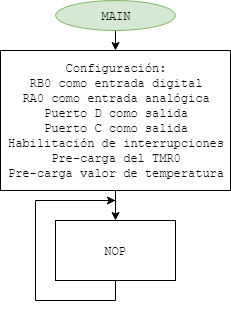
Earlier version of the draw.io export TP Final/Diagramas/Main.png (tomasspi/EDII). Source tidied: cells renumbered, new cells last; positions are measured from the earlier drawing's top-left corner, leaving out a move shared by most shapes. Its diagram source:
```xml
<mxGraphModel>
  <root>
    <mxCell id="0" />
    <mxCell id="1" parent="0" />
    <mxCell id="2" style="edgeStyle=orthogonalEdgeStyle;rounded=0;jettySize=auto;html=1;exitX=0.5;exitY=1;exitDx=0;exitDy=0;entryX=0.5;entryY=0;entryDx=0;entryDy=0;" parent="1" edge="1" source="3" target="5">
      <mxGeometry relative="1" as="geometry" />
    </mxCell>
    <mxCell id="3" value="&lt;font face=&quot;Courier New&quot;&gt;MAIN&lt;/font&gt;" style="ellipse;whiteSpace=wrap;html=1;fillColor=#d5e8d4;strokeColor=#82b366;" parent="1" vertex="1">
      <mxGeometry x="55" width="120" height="30" as="geometry" />
    </mxCell>
    <mxCell id="4" style="edgeStyle=orthogonalEdgeStyle;rounded=0;jettySize=auto;html=1;exitX=0.5;exitY=1;exitDx=0;exitDy=0;entryX=0.5;entryY=0;entryDx=0;entryDy=0;" parent="1" edge="1" source="5" target="7">
      <mxGeometry relative="1" as="geometry" />
    </mxCell>
    <mxCell id="5" value="&lt;font face=&quot;Courier New&quot;&gt;Configuración:&lt;br&gt;RB0 como entrada digital&lt;br&gt;RA0 como entrada analógica&lt;br&gt;Puerto D como salida&lt;br&gt;Puerto C como salida&lt;br&gt;Habilitación de interrupciones&lt;br&gt;Pre-carga del TMR0&lt;br&gt;Pre-carga valor de temperatura&lt;/font&gt;&lt;br&gt;" style="rounded=0;whiteSpace=wrap;html=1;" parent="1" vertex="1">
      <mxGeometry y="50" width="230" height="140" as="geometry" />
    </mxCell>
    <mxCell id="6" style="edgeStyle=orthogonalEdgeStyle;rounded=0;jettySize=auto;html=1;exitX=0.5;exitY=1;exitDx=0;exitDy=0;" parent="1" edge="1" source="7">
      <mxGeometry relative="1" as="geometry">
        <mxPoint x="115" y="200" as="targetPoint" />
      </mxGeometry>
    </mxCell>
    <mxCell id="7" value="&lt;font face=&quot;Courier New&quot;&gt;NOP&lt;/font&gt;" style="rounded=0;whiteSpace=wrap;html=1;" parent="1" vertex="1">
      <mxGeometry x="55" y="220" width="120" height="60" as="geometry" />
    </mxCell>
  </root>
</mxGraphModel>
```
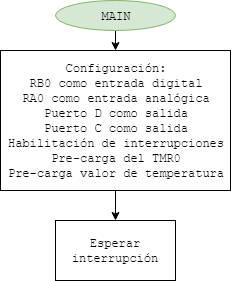
The same diagram one commit later.

Commit message:
Correciones en el programa y diagramas.

Diff of the diagram source:
```diff
@@ -14,12 +14,7 @@
     <mxCell id="5" value="&lt;font face=&quot;Courier New&quot;&gt;Configuración:&lt;br&gt;RB0 como entrada digital&lt;br&gt;RA0 como entrada analógica&lt;br&gt;Puerto D como salida&lt;br&gt;Puerto C como salida&lt;br&gt;Habilitación de interrupciones&lt;br&gt;Pre-carga del TMR0&lt;br&gt;Pre-carga valor de temperatura&lt;/font&gt;&lt;br&gt;" style="rounded=0;whiteSpace=wrap;html=1;" parent="1" vertex="1">
       <mxGeometry y="50" width="230" height="140" as="geometry" />
     </mxCell>
-    <mxCell id="6" style="edgeStyle=orthogonalEdgeStyle;rounded=0;jettySize=auto;html=1;exitX=0.5;exitY=1;exitDx=0;exitDy=0;" parent="1" edge="1" source="7">
-      <mxGeometry relative="1" as="geometry">
-        <mxPoint x="115" y="200" as="targetPoint" />
-      </mxGeometry>
-    </mxCell>
-    <mxCell id="7" value="&lt;font face=&quot;Courier New&quot;&gt;NOP&lt;/font&gt;" style="rounded=0;whiteSpace=wrap;html=1;" parent="1" vertex="1">
+    <mxCell id="7" value="&lt;font face=&quot;Courier New&quot;&gt;Esperar interrupción&lt;/font&gt;" style="rounded=0;whiteSpace=wrap;html=1;" parent="1" vertex="1">
       <mxGeometry x="55" y="220" width="120" height="60" as="geometry" />
     </mxCell>
   </root>
```
